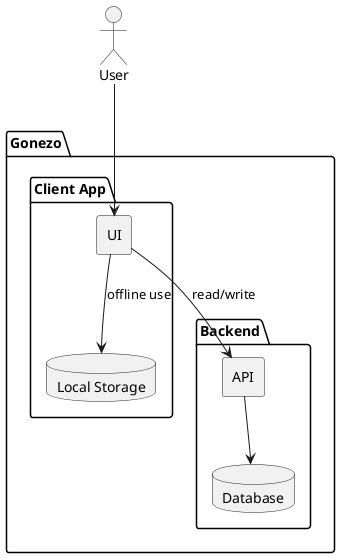
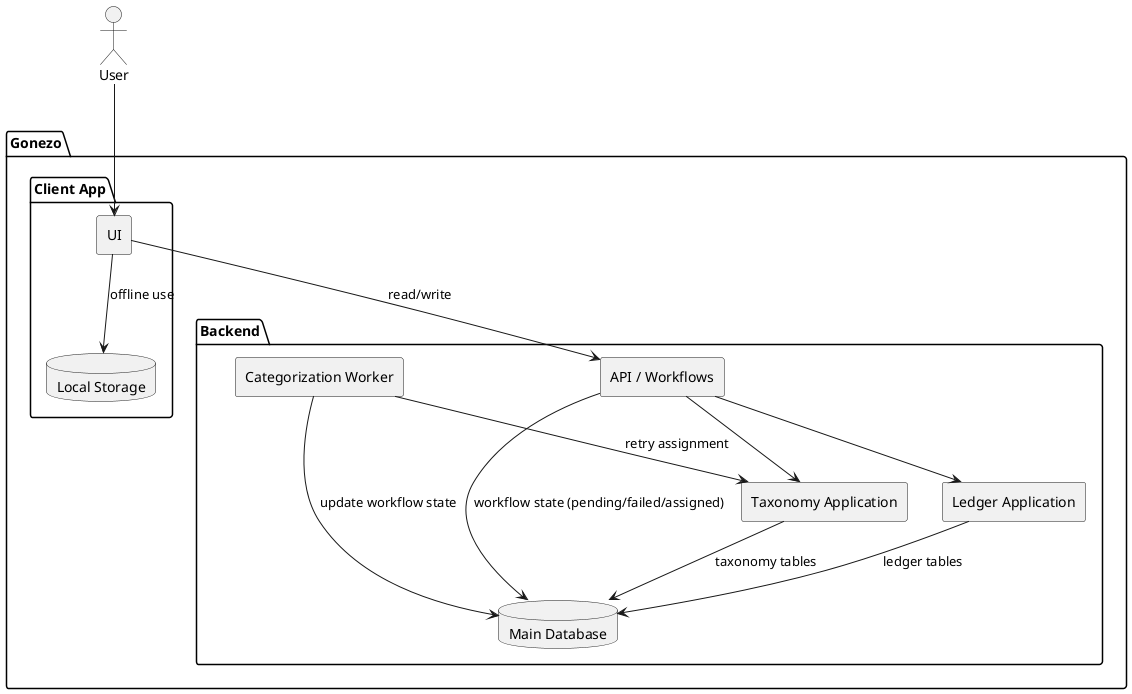
@startuml
skinparam componentStyle rectangle
skinparam shadowing false
hide stereotypes

actor User

package "Gonezo" {
  package "Client App" {
    component UI
    database "Local Storage" as CacheDb
  }

  package "Backend" {
-     component API
-     database "Database" as MainDb
+     component "API / Workflows" as API
+     component "Ledger Application" as LedgerApp
+     component "Taxonomy Application" as TaxonomyApp
+     component "Categorization Worker" as Worker
+     database "Main Database" as MainDb
  }

  UI --> API : read/write
  UI --> CacheDb : offline use
-   API --> MainDb
+   API --> LedgerApp
+   API --> TaxonomyApp
+   API --> MainDb : workflow state (pending/failed/assigned)
+   Worker --> TaxonomyApp : retry assignment
+   Worker --> MainDb : update workflow state
+   LedgerApp --> MainDb : ledger tables
+   TaxonomyApp --> MainDb : taxonomy tables
}

User --> UI

@enduml
